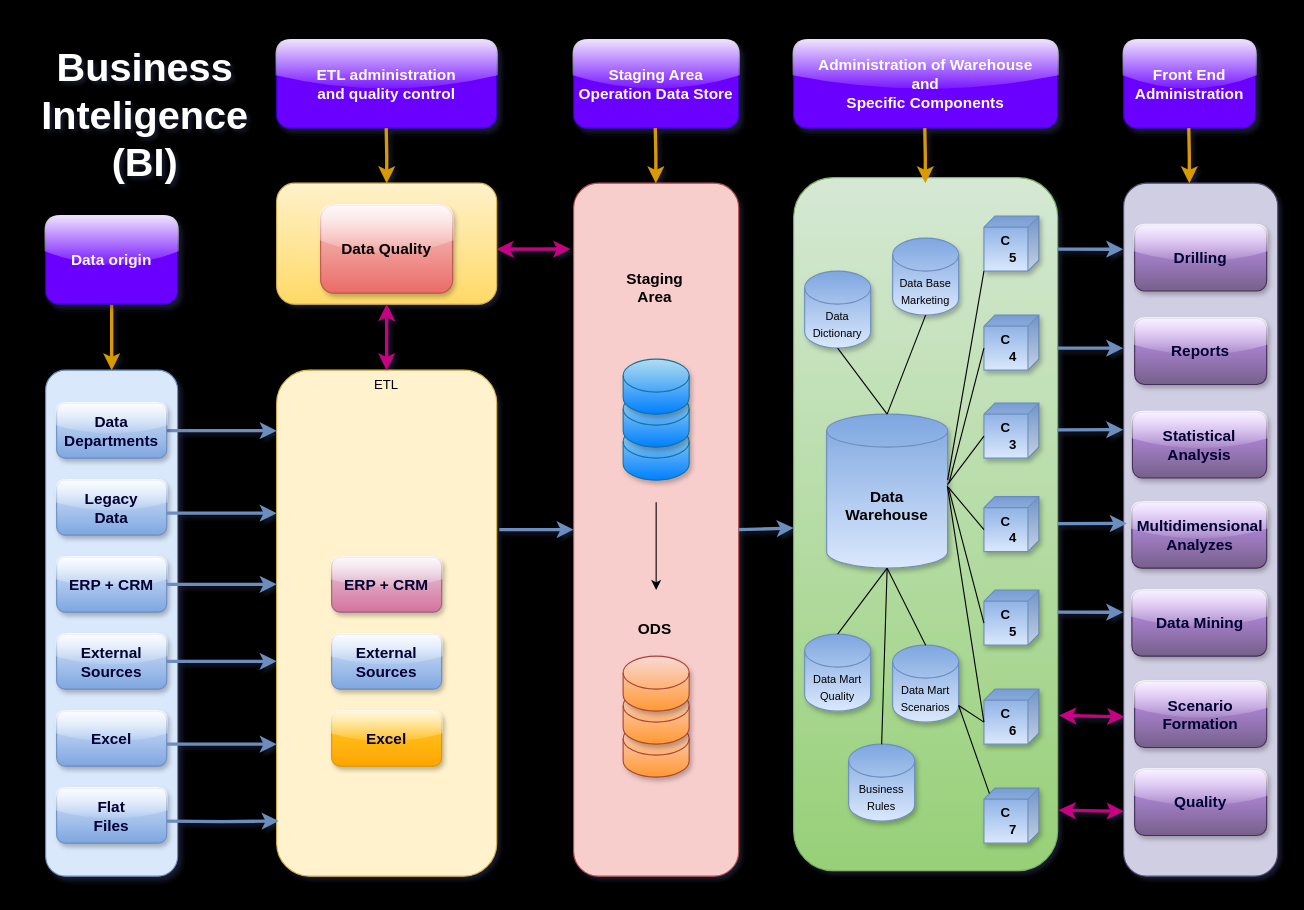
Earlier version of the draw.io diagram Diagrama BI.drawio (luizcloud/Guia_de_Estudo_Numpy_Basic). Source tidied: cells renumbered, new cells numbered last; positions are measured from the earlier drawing's top-left corner, leaving out a move shared by most shapes. Both pictures are drawn from the tidied source at 110%, with x=0, y=0 at pixel (23, 23).
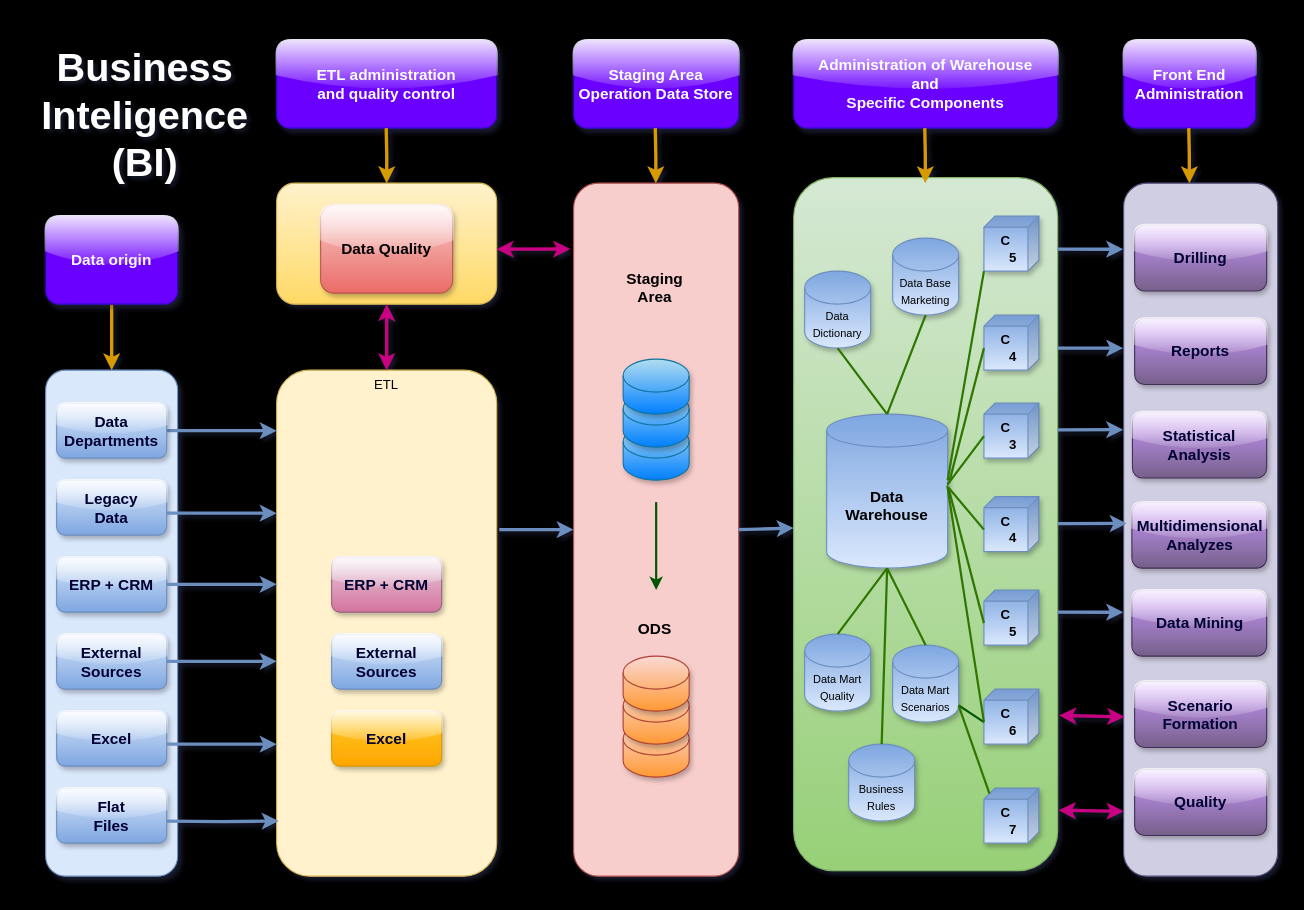
Above is the later version.

Unchanged cells that the change refers to:
```xml
<mxCell id="6" style="rounded=1;whiteSpace=wrap;html=1;fillColor=#f8cecc;strokeColor=#b85450;gradientColor=none;" parent="1" vertex="1">
  <mxGeometry x="500" y="145" width="150" height="630" as="geometry" />
</mxCell>
<mxCell id="42" value="&lt;b&gt;&lt;font style=&quot;font-size: 14px;&quot;&gt;Data&lt;br&gt;Warehouse&lt;/font&gt;&lt;/b&gt;" style="shape=cylinder3;whiteSpace=wrap;html=1;boundedLbl=1;backgroundOutline=1;size=15;shadow=1;gradientDirection=north;perimeterSpacing=0;fillColor=#dae8fc;strokeColor=#6c8ebf;gradientColor=#7ea6e0;" parent="1" vertex="1">
  <mxGeometry x="730" y="355" width="110" height="140" as="geometry" />
</mxCell>
<mxCell id="48" value="&lt;font style=&quot;font-size: 10px;&quot;&gt;Data&lt;br&gt;Dictionary&lt;/font&gt;" style="shape=cylinder3;whiteSpace=wrap;html=1;boundedLbl=1;backgroundOutline=1;size=15;shadow=1;gradientDirection=north;perimeterSpacing=0;fillColor=#dae8fc;strokeColor=#6c8ebf;gradientColor=#7ea6e0;" parent="1" vertex="1">
  <mxGeometry x="710" y="225" width="60" height="70" as="geometry" />
</mxCell>
<mxCell id="49" value="&lt;b&gt;C&lt;br&gt;&amp;nbsp; &amp;nbsp; 5&lt;/b&gt;" style="shape=cube;whiteSpace=wrap;html=1;boundedLbl=1;backgroundOutline=1;darkOpacity=0.05;darkOpacity2=0.1;flipH=1;fillColor=#dae8fc;gradientColor=#7ea6e0;strokeColor=#6c8ebf;size=10;shadow=1;gradientDirection=north;" parent="1" vertex="1">
  <mxGeometry x="873" y="175" width="50" height="50" as="geometry" />
</mxCell>
<mxCell id="50" value="&lt;b style=&quot;border-color: var(--border-color);&quot;&gt;C&lt;br style=&quot;border-color: var(--border-color);&quot;&gt;&amp;nbsp; &amp;nbsp; 4&lt;/b&gt;" style="shape=cube;whiteSpace=wrap;html=1;boundedLbl=1;backgroundOutline=1;darkOpacity=0.05;darkOpacity2=0.1;flipH=1;fillColor=#dae8fc;gradientColor=#7ea6e0;strokeColor=#6c8ebf;size=10;shadow=1;gradientDirection=north;" parent="1" vertex="1">
  <mxGeometry x="873" y="265" width="50" height="50" as="geometry" />
</mxCell>
<mxCell id="51" value="&lt;b style=&quot;border-color: var(--border-color);&quot;&gt;C&lt;br style=&quot;border-color: var(--border-color);&quot;&gt;&amp;nbsp; &amp;nbsp; 3&lt;/b&gt;" style="shape=cube;whiteSpace=wrap;html=1;boundedLbl=1;backgroundOutline=1;darkOpacity=0.05;darkOpacity2=0.1;flipH=1;fillColor=#dae8fc;gradientColor=#7ea6e0;strokeColor=#6c8ebf;size=10;shadow=1;gradientDirection=north;" parent="1" vertex="1">
  <mxGeometry x="873" y="345" width="50" height="50" as="geometry" />
</mxCell>
<mxCell id="52" value="&lt;b style=&quot;border-color: var(--border-color);&quot;&gt;C&lt;br style=&quot;border-color: var(--border-color);&quot;&gt;&amp;nbsp; &amp;nbsp; 4&lt;/b&gt;" style="shape=cube;whiteSpace=wrap;html=1;boundedLbl=1;backgroundOutline=1;darkOpacity=0.05;darkOpacity2=0.1;flipH=1;fillColor=#dae8fc;gradientColor=#7ea6e0;strokeColor=#6c8ebf;size=10;shadow=1;gradientDirection=north;" parent="1" vertex="1">
  <mxGeometry x="873" y="430" width="50" height="50" as="geometry" />
</mxCell>
<mxCell id="53" value="&lt;b style=&quot;border-color: var(--border-color);&quot;&gt;C&lt;br style=&quot;border-color: var(--border-color);&quot;&gt;&amp;nbsp; &amp;nbsp; 5&lt;/b&gt;" style="shape=cube;whiteSpace=wrap;html=1;boundedLbl=1;backgroundOutline=1;darkOpacity=0.05;darkOpacity2=0.1;flipH=1;fillColor=#dae8fc;gradientColor=#7ea6e0;strokeColor=#6c8ebf;size=10;shadow=1;gradientDirection=north;" parent="1" vertex="1">
  <mxGeometry x="873" y="515" width="50" height="50" as="geometry" />
</mxCell>
<mxCell id="54" value="&lt;b style=&quot;border-color: var(--border-color);&quot;&gt;C&lt;br style=&quot;border-color: var(--border-color);&quot;&gt;&amp;nbsp; &amp;nbsp; 6&lt;/b&gt;" style="shape=cube;whiteSpace=wrap;html=1;boundedLbl=1;backgroundOutline=1;darkOpacity=0.05;darkOpacity2=0.1;flipH=1;fillColor=#dae8fc;gradientColor=#7ea6e0;strokeColor=#6c8ebf;size=10;shadow=1;gradientDirection=north;" parent="1" vertex="1">
  <mxGeometry x="873" y="605" width="50" height="50" as="geometry" />
</mxCell>
<mxCell id="55" value="&lt;b style=&quot;border-color: var(--border-color);&quot;&gt;C&lt;br style=&quot;border-color: var(--border-color);&quot;&gt;&amp;nbsp; &amp;nbsp; 7&lt;/b&gt;" style="shape=cube;whiteSpace=wrap;html=1;boundedLbl=1;backgroundOutline=1;darkOpacity=0.05;darkOpacity2=0.1;flipH=1;fillColor=#dae8fc;gradientColor=#7ea6e0;strokeColor=#6c8ebf;size=10;shadow=1;gradientDirection=north;" parent="1" vertex="1">
  <mxGeometry x="873" y="695" width="50" height="50" as="geometry" />
</mxCell>
<mxCell id="56" value="&lt;font style=&quot;font-size: 10px;&quot;&gt;Data Base Marketing&lt;/font&gt;" style="shape=cylinder3;whiteSpace=wrap;html=1;boundedLbl=1;backgroundOutline=1;size=15;shadow=1;gradientDirection=north;perimeterSpacing=0;fillColor=#dae8fc;strokeColor=#6c8ebf;gradientColor=#7ea6e0;" parent="1" vertex="1">
  <mxGeometry x="790" y="195" width="60" height="70" as="geometry" />
</mxCell>
<mxCell id="57" value="&lt;span style=&quot;font-size: 10px;&quot;&gt;Data Mart Quality&lt;/span&gt;" style="shape=cylinder3;whiteSpace=wrap;html=1;boundedLbl=1;backgroundOutline=1;size=15;shadow=1;gradientDirection=north;perimeterSpacing=0;fillColor=#dae8fc;strokeColor=#6c8ebf;gradientColor=#7ea6e0;" parent="1" vertex="1">
  <mxGeometry x="710" y="555" width="60" height="70" as="geometry" />
</mxCell>
<mxCell id="58" value="&lt;span style=&quot;font-size: 10px;&quot;&gt;Business Rules&lt;/span&gt;" style="shape=cylinder3;whiteSpace=wrap;html=1;boundedLbl=1;backgroundOutline=1;size=15;shadow=1;gradientDirection=north;perimeterSpacing=0;fillColor=#dae8fc;strokeColor=#6c8ebf;gradientColor=#7ea6e0;" parent="1" vertex="1">
  <mxGeometry x="750" y="655" width="60" height="70" as="geometry" />
</mxCell>
<mxCell id="59" value="&lt;span style=&quot;font-size: 10px;&quot;&gt;Data Mart Scenarios&lt;/span&gt;" style="shape=cylinder3;whiteSpace=wrap;html=1;boundedLbl=1;backgroundOutline=1;size=15;shadow=1;gradientDirection=north;perimeterSpacing=0;fillColor=#dae8fc;strokeColor=#6c8ebf;gradientColor=#7ea6e0;" parent="1" vertex="1">
  <mxGeometry x="790" y="565" width="60" height="70" as="geometry" />
</mxCell>
```

What changed in the source:
```diff
@@
-    <mxCell id="43" style="endArrow=classic;html=1;rounded=0;entryX=0.5;entryY=0.587;entryDx=0;entryDy=0;entryPerimeter=0;strokeWidth=1;flowAnimation=1;shadow=0;" parent="1" edge="1" target="6">
+    <mxCell id="43" style="endArrow=classic;html=1;rounded=0;entryX=0.5;entryY=0.587;entryDx=0;entryDy=0;entryPerimeter=0;strokeWidth=2;flowAnimation=1;shadow=0;fillColor=#008a00;strokeColor=#005700;" parent="1" edge="1" target="6">
       <mxGeometry relative="1" as="geometry">
         <mxPoint x="575" y="435" as="sourcePoint" />
       </mxGeometry>
     </mxCell>
@@
-    <mxCell id="60" style="endArrow=none;html=1;rounded=0;entryX=0.5;entryY=1;entryDx=0;entryDy=0;entryPerimeter=0;flowAnimation=1;strokeWidth=1;exitX=0.5;exitY=0;exitDx=0;exitDy=0;exitPerimeter=0;shadow=0;" parent="1" edge="1" source="57" target="42">
+    <mxCell id="60" style="endArrow=none;html=1;rounded=0;entryX=0.5;entryY=1;entryDx=0;entryDy=0;entryPerimeter=0;flowAnimation=1;strokeWidth=2;exitX=0.5;exitY=0;exitDx=0;exitDy=0;exitPerimeter=0;shadow=0;strokeColor=#2D7600;fillColor=#60a917;" parent="1" edge="1" source="57" target="42">
       <mxGeometry relative="1" as="geometry" />
     </mxCell>
-    <mxCell id="61" style="endArrow=none;html=1;rounded=0;entryX=0.5;entryY=1;entryDx=0;entryDy=0;entryPerimeter=0;flowAnimation=1;strokeWidth=1;exitX=0.5;exitY=0;exitDx=0;exitDy=0;exitPerimeter=0;shadow=0;" parent="1" edge="1" source="59" target="42">
+    <mxCell id="61" style="endArrow=none;html=1;rounded=0;entryX=0.5;entryY=1;entryDx=0;entryDy=0;entryPerimeter=0;flowAnimation=1;strokeWidth=2;exitX=0.5;exitY=0;exitDx=0;exitDy=0;exitPerimeter=0;shadow=0;strokeColor=#2D7600;fillColor=#60a917;" parent="1" edge="1" source="59" target="42">
       <mxGeometry relative="1" as="geometry" />
     </mxCell>
-    <mxCell id="62" style="endArrow=none;html=1;rounded=0;flowAnimation=1;strokeWidth=1;exitX=0;exitY=0;exitDx=50;exitDy=30;exitPerimeter=0;shadow=0;" parent="1" edge="1" source="54" target="59">
+    <mxCell id="62" style="endArrow=none;html=1;rounded=0;flowAnimation=1;strokeWidth=2;exitX=0;exitY=0;exitDx=50;exitDy=30;exitPerimeter=0;shadow=0;fillColor=#008a00;strokeColor=#005700;" parent="1" edge="1" source="54" target="59">
       <mxGeometry relative="1" as="geometry" />
     </mxCell>
-    <mxCell id="63" style="endArrow=none;html=1;rounded=0;flowAnimation=1;strokeWidth=1;exitX=0;exitY=0;exitDx=50;exitDy=30;exitPerimeter=0;entryX=0.997;entryY=0.464;entryDx=0;entryDy=0;entryPerimeter=0;shadow=0;" parent="1" edge="1" source="54" target="42">
+    <mxCell id="63" style="endArrow=none;html=1;rounded=0;flowAnimation=1;strokeWidth=2;exitX=0;exitY=0;exitDx=50;exitDy=30;exitPerimeter=0;entryX=0.997;entryY=0.464;entryDx=0;entryDy=0;entryPerimeter=0;shadow=0;strokeColor=#2D7600;fillColor=#60a917;" parent="1" edge="1" source="54" target="42">
       <mxGeometry relative="1" as="geometry" />
     </mxCell>
-    <mxCell id="64" style="endArrow=none;html=1;rounded=0;entryX=1.006;entryY=0.476;entryDx=0;entryDy=0;entryPerimeter=0;flowAnimation=1;strokeWidth=1;exitX=0;exitY=0;exitDx=50;exitDy=30;exitPerimeter=0;shadow=0;" parent="1" edge="1" source="53" target="42">
+    <mxCell id="64" style="endArrow=none;html=1;rounded=0;entryX=1.006;entryY=0.476;entryDx=0;entryDy=0;entryPerimeter=0;flowAnimation=1;strokeWidth=2;exitX=0;exitY=0;exitDx=50;exitDy=30;exitPerimeter=0;shadow=0;strokeColor=#2D7600;fillColor=#60a917;" parent="1" edge="1" source="53" target="42">
       <mxGeometry relative="1" as="geometry" />
     </mxCell>
-    <mxCell id="65" style="endArrow=none;html=1;rounded=0;entryX=1.006;entryY=0.476;entryDx=0;entryDy=0;entryPerimeter=0;flowAnimation=1;strokeWidth=1;exitX=0;exitY=0;exitDx=50;exitDy=30;exitPerimeter=0;shadow=0;" parent="1" edge="1" source="52" target="42">
+    <mxCell id="65" style="endArrow=none;html=1;rounded=0;entryX=1.006;entryY=0.476;entryDx=0;entryDy=0;entryPerimeter=0;flowAnimation=1;strokeWidth=2;exitX=0;exitY=0;exitDx=50;exitDy=30;exitPerimeter=0;shadow=0;strokeColor=#2D7600;fillColor=#60a917;" parent="1" edge="1" source="52" target="42">
       <mxGeometry relative="1" as="geometry" />
     </mxCell>
-    <mxCell id="66" style="endArrow=none;html=1;rounded=0;flowAnimation=1;strokeWidth=1;exitX=0.5;exitY=0;exitDx=0;exitDy=0;exitPerimeter=0;entryX=0.5;entryY=1;entryDx=0;entryDy=0;entryPerimeter=0;shadow=0;" parent="1" edge="1" source="58" target="42">
+    <mxCell id="66" style="endArrow=none;html=1;rounded=0;flowAnimation=1;strokeWidth=2;exitX=0.5;exitY=0;exitDx=0;exitDy=0;exitPerimeter=0;entryX=0.5;entryY=1;entryDx=0;entryDy=0;entryPerimeter=0;shadow=0;strokeColor=#2D7600;fillColor=#60a917;" parent="1" edge="1" source="58" target="42">
       <mxGeometry relative="1" as="geometry" />
     </mxCell>
-    <mxCell id="67" style="endArrow=none;html=1;rounded=0;flowAnimation=1;strokeWidth=1;exitX=0;exitY=0;exitDx=45;exitDy=5;exitPerimeter=0;entryX=1;entryY=1;entryDx=0;entryDy=-15;entryPerimeter=0;shadow=0;" parent="1" edge="1" source="55" target="59">
+    <mxCell id="67" style="endArrow=none;html=1;rounded=0;flowAnimation=1;strokeWidth=2;exitX=0;exitY=0;exitDx=45;exitDy=5;exitPerimeter=0;entryX=1;entryY=1;entryDx=0;entryDy=-15;entryPerimeter=0;shadow=0;strokeColor=#2D7600;fillColor=#60a917;" parent="1" edge="1" source="55" target="59">
       <mxGeometry relative="1" as="geometry" />
     </mxCell>
-    <mxCell id="68" style="endArrow=none;html=1;rounded=0;entryX=0.998;entryY=0.458;entryDx=0;entryDy=0;entryPerimeter=0;flowAnimation=1;strokeWidth=1;exitX=0;exitY=0;exitDx=50;exitDy=30;exitPerimeter=0;shadow=0;" parent="1" edge="1" source="51" target="42">
+    <mxCell id="68" style="endArrow=none;html=1;rounded=0;entryX=0.998;entryY=0.458;entryDx=0;entryDy=0;entryPerimeter=0;flowAnimation=1;strokeWidth=2;exitX=0;exitY=0;exitDx=50;exitDy=30;exitPerimeter=0;shadow=0;strokeColor=#2D7600;fillColor=#60a917;" parent="1" edge="1" source="51" target="42">
       <mxGeometry relative="1" as="geometry" />
     </mxCell>
-    <mxCell id="69" style="endArrow=none;html=1;rounded=0;entryX=1.011;entryY=0.448;entryDx=0;entryDy=0;entryPerimeter=0;flowAnimation=1;strokeWidth=1;exitX=0;exitY=0;exitDx=50;exitDy=30;exitPerimeter=0;shadow=0;" parent="1" edge="1" source="50" target="42">
+    <mxCell id="69" style="endArrow=none;html=1;rounded=0;entryX=1.011;entryY=0.448;entryDx=0;entryDy=0;entryPerimeter=0;flowAnimation=1;strokeWidth=2;exitX=0;exitY=0;exitDx=50;exitDy=30;exitPerimeter=0;shadow=0;strokeColor=#2D7600;fillColor=#60a917;" parent="1" edge="1" source="50" target="42">
       <mxGeometry relative="1" as="geometry" />
     </mxCell>
-    <mxCell id="70" style="endArrow=none;html=1;rounded=0;flowAnimation=1;strokeWidth=1;exitX=1;exitY=1;exitDx=0;exitDy=0;exitPerimeter=0;shadow=0;" parent="1" edge="1" source="49">
+    <mxCell id="70" style="endArrow=none;html=1;rounded=0;flowAnimation=1;strokeWidth=2;exitX=1;exitY=1;exitDx=0;exitDy=0;exitPerimeter=0;shadow=0;strokeColor=#2D7600;fillColor=#60a917;" parent="1" edge="1" source="49">
       <mxGeometry relative="1" as="geometry">
         <mxPoint x="840" y="415" as="targetPoint" />
       </mxGeometry>
     </mxCell>
-    <mxCell id="71" style="endArrow=none;html=1;rounded=0;flowAnimation=1;strokeWidth=1;exitX=0.5;exitY=1;exitDx=0;exitDy=0;exitPerimeter=0;entryX=0.5;entryY=0;entryDx=0;entryDy=0;entryPerimeter=0;shadow=0;" parent="1" edge="1" source="56" target="42">
+    <mxCell id="71" style="endArrow=none;html=1;rounded=0;flowAnimation=1;strokeWidth=2;exitX=0.5;exitY=1;exitDx=0;exitDy=0;exitPerimeter=0;entryX=0.5;entryY=0;entryDx=0;entryDy=0;entryPerimeter=0;shadow=0;strokeColor=#2D7600;fillColor=#60a917;" parent="1" edge="1" source="56" target="42">
       <mxGeometry relative="1" as="geometry" />
     </mxCell>
-    <mxCell id="72" style="endArrow=none;html=1;rounded=0;flowAnimation=1;strokeWidth=1;exitX=0.5;exitY=1;exitDx=0;exitDy=0;exitPerimeter=0;entryX=0.5;entryY=0;entryDx=0;entryDy=0;entryPerimeter=0;shadow=0;" parent="1" edge="1" source="48" target="42">
+    <mxCell id="72" style="endArrow=none;html=1;rounded=0;flowAnimation=1;strokeWidth=2;exitX=0.5;exitY=1;exitDx=0;exitDy=0;exitPerimeter=0;entryX=0.5;entryY=0;entryDx=0;entryDy=0;entryPerimeter=0;shadow=0;strokeColor=#2D7600;fillColor=#60a917;" parent="1" edge="1" source="48" target="42">
       <mxGeometry relative="1" as="geometry" />
     </mxCell>
```
